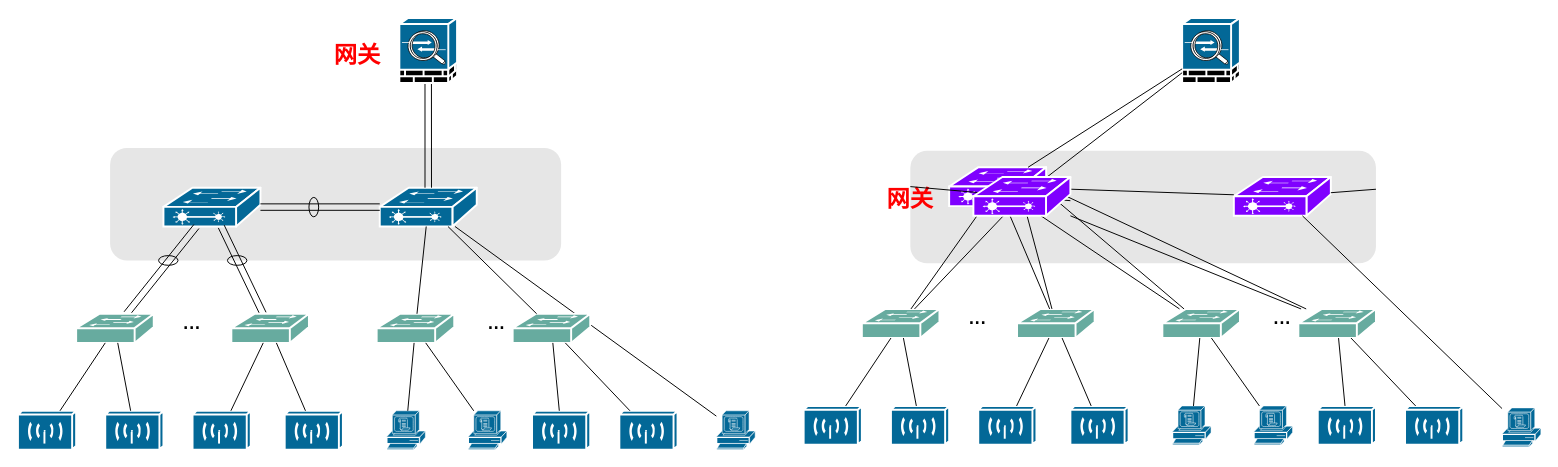
lhongbei/lhongbei keeps this draw.io diagram as bsf拓扑.drawio. Above is the earlier version. Source tidied: cells renumbered, new cells numbered last; positions are measured from the earlier drawing's top-left corner, leaving out a move shared by most shapes. Both pictures are drawn from the tidied source at 97%, with x=0, y=0 at pixel (17, 17).
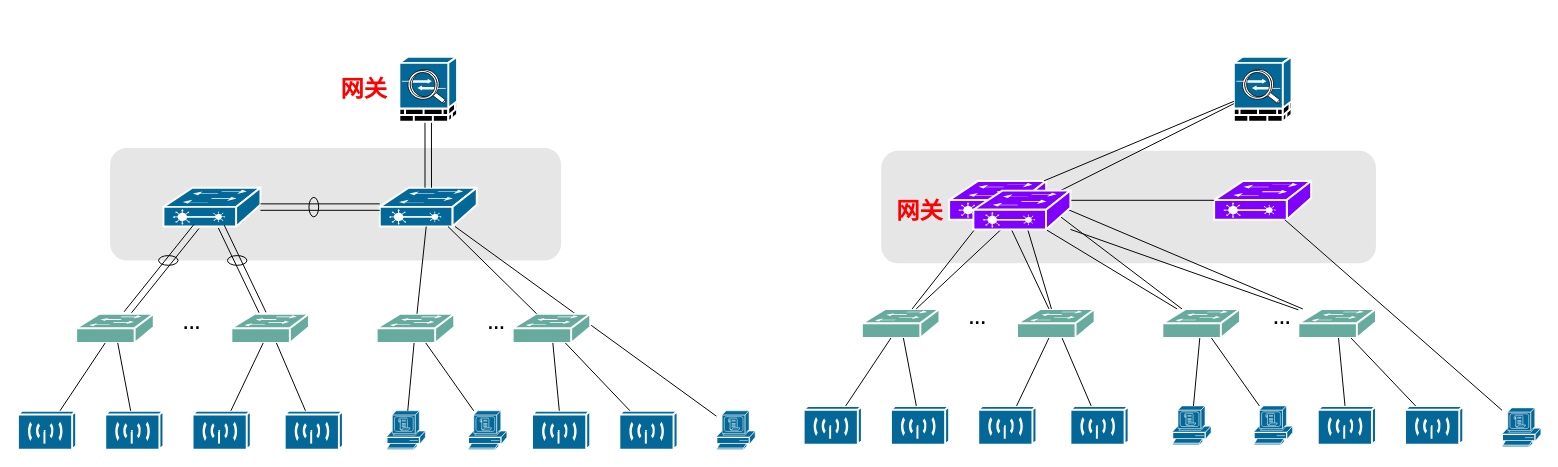
The same diagram, later.

Diff of the diagram source:
```diff
@@
     <mxCell id="2" style="rounded=1;whiteSpace=wrap;html=1;fontSize=24;fontColor=#FF0000;strokeColor=none;fillColor=#E6E6E6;" parent="1" vertex="1">
-      <mxGeometry x="920" y="137" width="480" height="116" as="geometry" />
+      <mxGeometry x="890" y="137" width="510" height="116" as="geometry" />
     </mxCell>
@@
     <mxCell id="12" style="shape=mxgraph.cisco.misc.asa_5500;sketch=0;html=1;dashed=0;fillColor=#036897;strokeColor=#ffffff;strokeWidth=2;verticalLabelPosition=bottom;verticalAlign=top;align=center;outlineConnect=0;fontSize=18;" parent="1" vertex="1">
-      <mxGeometry x="393.2" width="59.5" height="67" as="geometry" />
+      <mxGeometry x="393.2" y="40" width="59.5" height="67" as="geometry" />
     </mxCell>
@@
     <mxCell id="40" value="&lt;b&gt;&lt;font color=&quot;#ff0000&quot; style=&quot;font-size: 24px;&quot;&gt;网关&lt;/font&gt;&lt;/b&gt;" style="text;html=1;strokeColor=none;fillColor=none;align=center;verticalAlign=middle;whiteSpace=wrap;rounded=0;fontSize=18;" parent="1" vertex="1">
-      <mxGeometry x="320" y="23.5" width="60" height="30" as="geometry" />
+      <mxGeometry x="327" y="58.5" width="60" height="30" as="geometry" />
     </mxCell>
     <mxCell id="41" style="shape=mxgraph.cisco.switches.layer_2_remote_switch;sketch=0;html=1;dashed=0;fillColor=#7F00FF;strokeColor=#ffffff;strokeWidth=2;verticalLabelPosition=bottom;verticalAlign=top;align=center;outlineConnect=0;" parent="1" vertex="1">
-      <mxGeometry x="1253.5" y="164" width="100" height="40" as="geometry" />
+      <mxGeometry x="1233.2" y="168" width="100" height="40" as="geometry" />
     </mxCell>
     <mxCell id="42" style="shape=mxgraph.cisco.switches.layer_2_remote_switch;sketch=0;html=1;dashed=0;fillColor=#7F00FF;strokeColor=#ffffff;strokeWidth=2;verticalLabelPosition=bottom;verticalAlign=top;align=center;outlineConnect=0;" parent="1" vertex="1">
-      <mxGeometry x="960" y="154" width="100" height="40" as="geometry" />
+      <mxGeometry x="960" y="168" width="100" height="40" as="geometry" />
     </mxCell>
     <mxCell id="43" style="shape=mxgraph.cisco.misc.asa_5500;sketch=0;html=1;dashed=0;fillColor=#036897;strokeColor=#ffffff;strokeWidth=2;verticalLabelPosition=bottom;verticalAlign=top;align=center;outlineConnect=0;fontSize=18;" parent="1" vertex="1">
-      <mxGeometry x="1200.2" width="59.5" height="67" as="geometry" />
+      <mxGeometry x="1253.5" y="40" width="59.5" height="67" as="geometry" />
     </mxCell>
@@
     <mxCell id="67" value="&lt;b&gt;&lt;font color=&quot;#ff0000&quot; style=&quot;font-size: 24px;&quot;&gt;网关&lt;/font&gt;&lt;/b&gt;" style="text;html=1;strokeColor=none;fillColor=none;align=center;verticalAlign=middle;whiteSpace=wrap;rounded=0;fontSize=18;" parent="1" vertex="1">
-      <mxGeometry x="890" y="172" width="60" height="30" as="geometry" />
+      <mxGeometry x="900" y="185" width="60" height="30" as="geometry" />
     </mxCell>
@@
-    <mxCell id="70" style="endArrow=none;html=1;rounded=0;fontSize=24;fontColor=#FF0000;startArrow=none;" parent="1" edge="1" source="2" target="80">
-      <mxGeometry relative="1" as="geometry" />
-    </mxCell>
@@
     <mxCell id="80" style="shape=mxgraph.cisco.switches.layer_2_remote_switch;sketch=0;html=1;dashed=0;fillColor=#7F00FF;strokeColor=#ffffff;strokeWidth=2;verticalLabelPosition=bottom;verticalAlign=top;align=center;outlineConnect=0;" parent="1" vertex="1">
-      <mxGeometry x="985" y="164" width="100" height="40" as="geometry" />
+      <mxGeometry x="985" y="178" width="100" height="40" as="geometry" />
     </mxCell>
@@
-    <mxCell id="84" style="endArrow=none;html=1;rounded=0;fontSize=24;fontColor=#FF0000;" parent="1" edge="1" source="41" target="2">
-      <mxGeometry relative="1" as="geometry" />
-    </mxCell>
```
